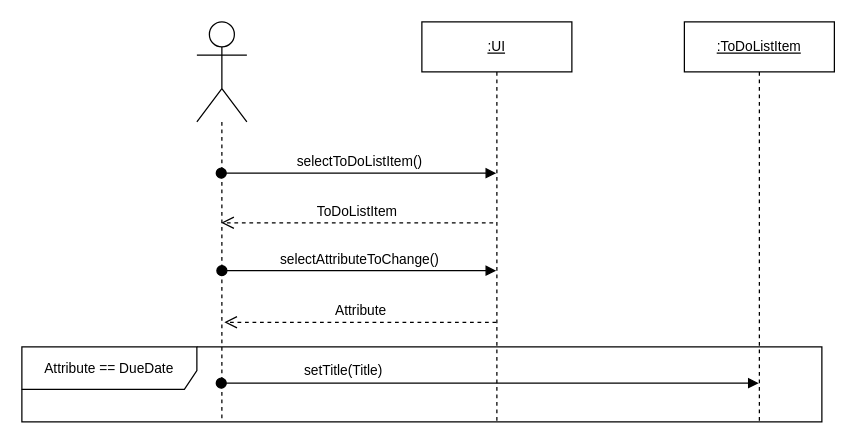
The draw.io diagram page "SetTitle" (5 of 7) of Documentation/Logan Models and Demo/CalendarSystem.drawio in SE-4283-G12/project, before the edit. Source tidied: cells renumbered, new cells numbered last; positions are measured from the earlier drawing's top-left corner, leaving out a move shared by most shapes. Both pictures are drawn from the tidied source at 125%, with x=0, y=0 at pixel (21, 21).
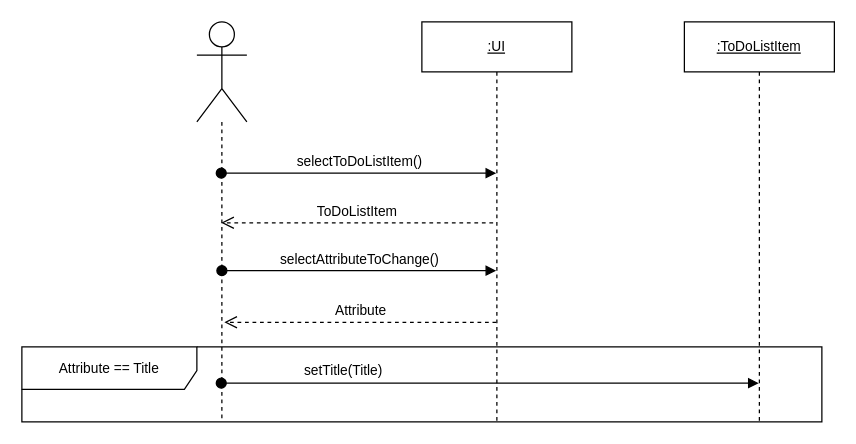
After the change.

Diff of the diagram source:
```diff
@@
 <mxGraphModel>
   <root>
     <mxCell id="0" />
     <mxCell id="1" parent="0" />
-    <mxCell id="2" value="Attribute == DueDate" style="shape=umlFrame;whiteSpace=wrap;html=1;fontSize=11;width=140;height=34;" parent="1" vertex="1">
+    <mxCell id="2" value="Attribute == Title" style="shape=umlFrame;whiteSpace=wrap;html=1;fontSize=11;width=140;height=34;" parent="1" vertex="1">
       <mxGeometry y="260" width="640" height="60" as="geometry" />
     </mxCell>
     <mxCell id="3" style="shape=umlLifeline;participant=umlActor;perimeter=lifelinePerimeter;whiteSpace=wrap;html=1;verticalAlign=top;spacingTop=36;size=80;" parent="1" vertex="1">
       <mxGeometry x="140" width="40" height="320" as="geometry" />
     </mxCell>
     <mxCell id="4" value="selectAttributeToChange()" style="html=1;verticalAlign=bottom;startArrow=oval;startFill=1;endArrow=block;startSize=8;rounded=0;fontSize=11;" parent="3" edge="1" target="5">
       <mxGeometry relative="1" as="geometry">
         <mxPoint x="20" y="199" as="sourcePoint" />
       </mxGeometry>
     </mxCell>
     <mxCell id="5" value="&lt;u&gt;:UI&lt;/u&gt;" style="shape=umlLifeline;perimeter=lifelinePerimeter;whiteSpace=wrap;html=1;outlineConnect=0;fontSize=11;" parent="1" vertex="1">
       <mxGeometry x="320" width="120" height="320" as="geometry" />
     </mxCell>
     <mxCell id="6" value="selectToDoListItem()" style="html=1;verticalAlign=bottom;startArrow=oval;startFill=1;endArrow=block;startSize=8;rounded=0;fontSize=11;" parent="1" edge="1">
       <mxGeometry relative="1" as="geometry">
         <mxPoint x="159.5" y="121" as="sourcePoint" />
         <mxPoint x="379.5" y="121" as="targetPoint" />
       </mxGeometry>
     </mxCell>
     <mxCell id="7" value="&lt;u&gt;:ToDoListItem&lt;/u&gt;" style="shape=umlLifeline;perimeter=lifelinePerimeter;whiteSpace=wrap;html=1;fontSize=11;" parent="1" vertex="1">
       <mxGeometry x="530" width="120" height="320" as="geometry" />
     </mxCell>
     <mxCell id="8" value="ToDoListItem" style="html=1;verticalAlign=bottom;endArrow=open;dashed=1;endSize=8;rounded=0;fontSize=11;exitX=0.475;exitY=0.245;exitDx=0;exitDy=0;exitPerimeter=0;" parent="1" edge="1">
       <mxGeometry relative="1" as="geometry">
         <mxPoint x="377" y="160.7" as="sourcePoint" />
         <mxPoint x="159.5" y="160.7" as="targetPoint" />
       </mxGeometry>
     </mxCell>
     <mxCell id="9" value="Attribute" style="html=1;verticalAlign=bottom;endArrow=open;dashed=1;endSize=8;rounded=0;fontSize=11;entryX=0.55;entryY=0.362;entryDx=0;entryDy=0;entryPerimeter=0;" parent="1" edge="1">
       <mxGeometry relative="1" as="geometry">
         <mxPoint x="379.5" y="240.3" as="sourcePoint" />
         <mxPoint x="162" y="240.3" as="targetPoint" />
       </mxGeometry>
     </mxCell>
     <mxCell id="10" value="setTitle(Title)" style="html=1;verticalAlign=bottom;startArrow=oval;startFill=1;endArrow=block;startSize=8;rounded=0;fontSize=11;" parent="1" edge="1">
       <mxGeometry x="-0.55" y="1" relative="1" as="geometry">
         <mxPoint x="159.5" y="289" as="sourcePoint" />
         <mxPoint x="589.5" y="289" as="targetPoint" />
       </mxGeometry>
     </mxCell>
   </root>
 </mxGraphModel>
```
